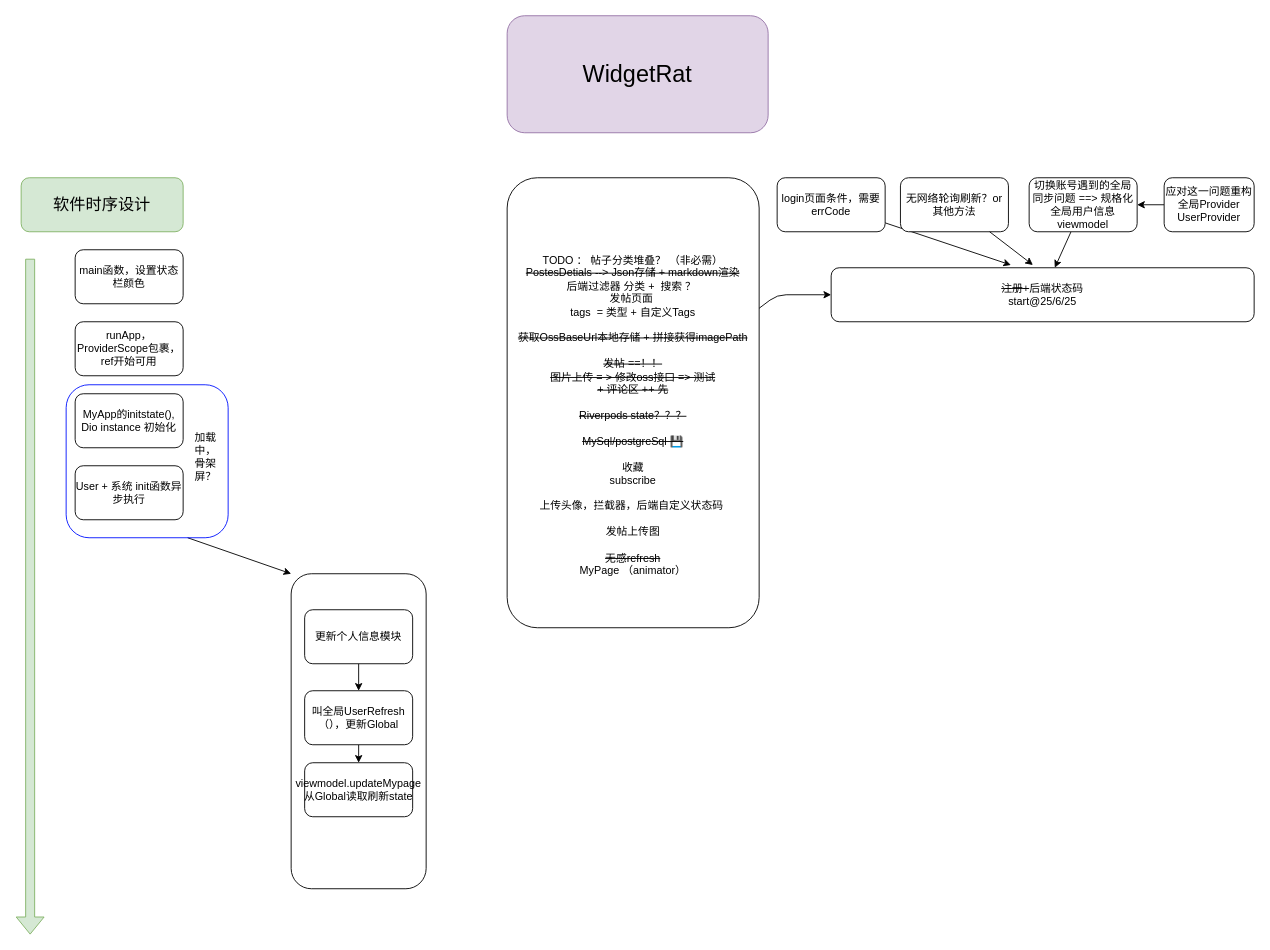
Earlier version of the draw.io diagram doc/devMilestone.drawio (NAOXUAN4/widget_rat). Source tidied: cells renumbered, new cells numbered last; positions are measured from the earlier drawing's top-left corner, leaving out a move shared by most shapes. Both pictures are drawn from the tidied source at 90%, with x=0, y=0 at pixel (21, 15).
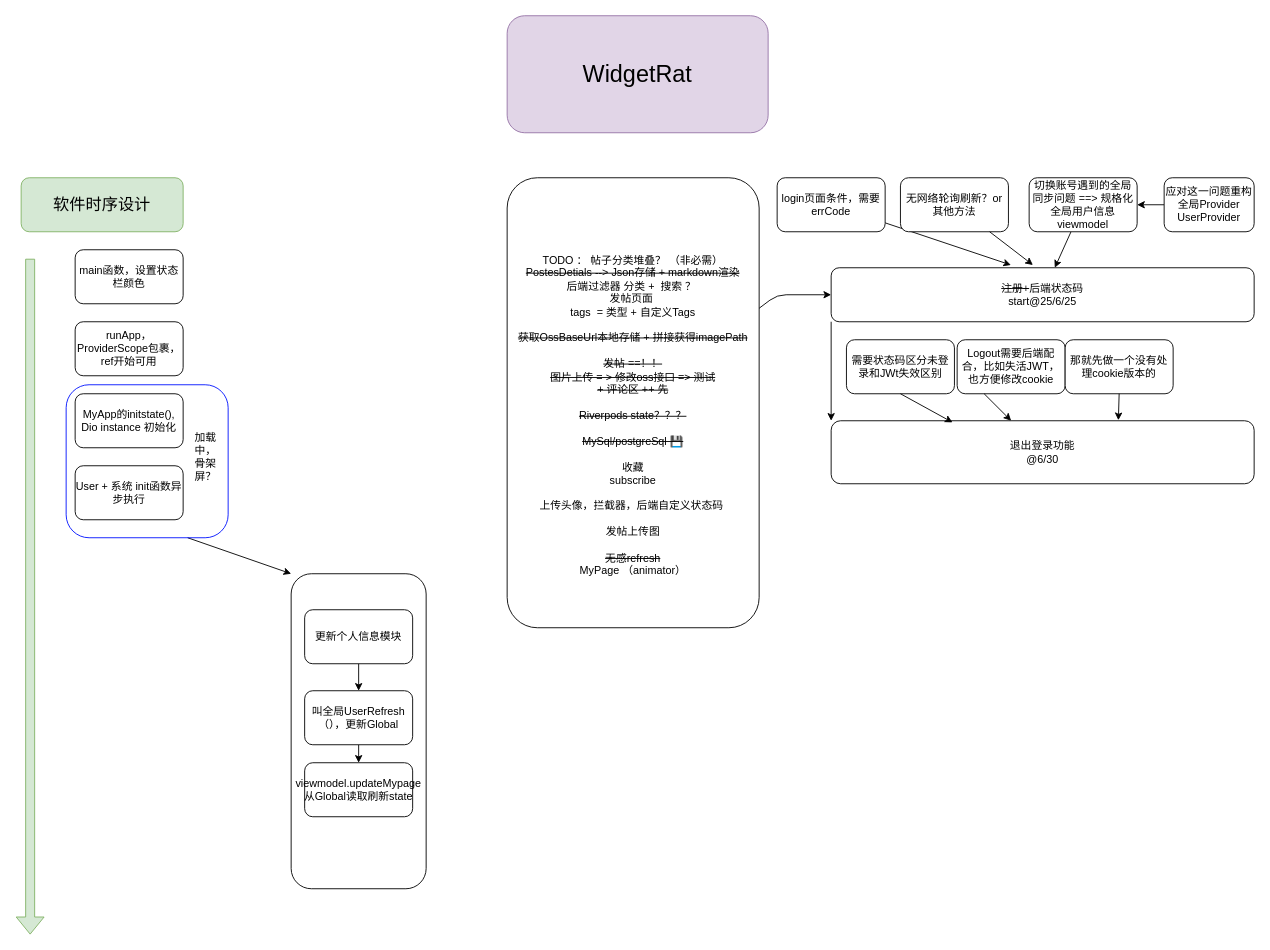
The same diagram, later.

Unchanged cells that the change refers to:
```xml
<mxCell id="4" value="&lt;strike&gt;注册+&lt;/strike&gt;后端状态码&lt;div&gt;start@25/6/25&lt;/div&gt;" style="rounded=1;whiteSpace=wrap;html=1;" parent="1" vertex="1">
  <mxGeometry x="900" y="280" width="470" height="60" as="geometry" />
</mxCell>
```

What changed in the source:
```diff
@@
+    <mxCell id="30" style="edgeStyle=none;html=1;exitX=0;exitY=1;exitDx=0;exitDy=0;entryX=0;entryY=0;entryDx=0;entryDy=0;" parent="1" edge="1" source="4" target="31">
+      <mxGeometry relative="1" as="geometry" />
+    </mxCell>
@@
+    <mxCell id="31" value="退出登录功能&lt;div&gt;@6/30&lt;/div&gt;" style="rounded=1;whiteSpace=wrap;html=1;" parent="1" vertex="1">
+      <mxGeometry x="900" y="450" width="470" height="70" as="geometry" />
+    </mxCell>
+    <mxCell id="32" value="Logout需要后端配合，比如失活JWT，也方便修改cookie" style="rounded=1;whiteSpace=wrap;html=1;" parent="1" vertex="1">
+      <mxGeometry x="1040" y="360" width="120" height="60" as="geometry" />
+    </mxCell>
+    <mxCell id="33" style="edgeStyle=none;html=1;exitX=0.25;exitY=1;exitDx=0;exitDy=0;" parent="1" edge="1" source="32" target="31">
+      <mxGeometry relative="1" as="geometry" />
+    </mxCell>
+    <mxCell id="34" value="需要状态码区分未登录和JWt失效区别" style="rounded=1;whiteSpace=wrap;html=1;" parent="1" vertex="1">
+      <mxGeometry x="917" y="360" width="120" height="60" as="geometry" />
+    </mxCell>
+    <mxCell id="35" style="edgeStyle=none;html=1;exitX=0.5;exitY=1;exitDx=0;exitDy=0;entryX=0.287;entryY=0.026;entryDx=0;entryDy=0;entryPerimeter=0;" parent="1" edge="1" source="34" target="31">
+      <mxGeometry relative="1" as="geometry" />
+    </mxCell>
+    <mxCell id="36" value="那就先做一个没有处理cookie版本的" style="rounded=1;whiteSpace=wrap;html=1;" parent="1" vertex="1">
+      <mxGeometry x="1160" y="360" width="120" height="60" as="geometry" />
+    </mxCell>
+    <mxCell id="37" style="edgeStyle=none;html=1;exitX=0.5;exitY=1;exitDx=0;exitDy=0;entryX=0.679;entryY=-0.009;entryDx=0;entryDy=0;entryPerimeter=0;" parent="1" edge="1" source="36" target="31">
+      <mxGeometry relative="1" as="geometry" />
+    </mxCell>
```
